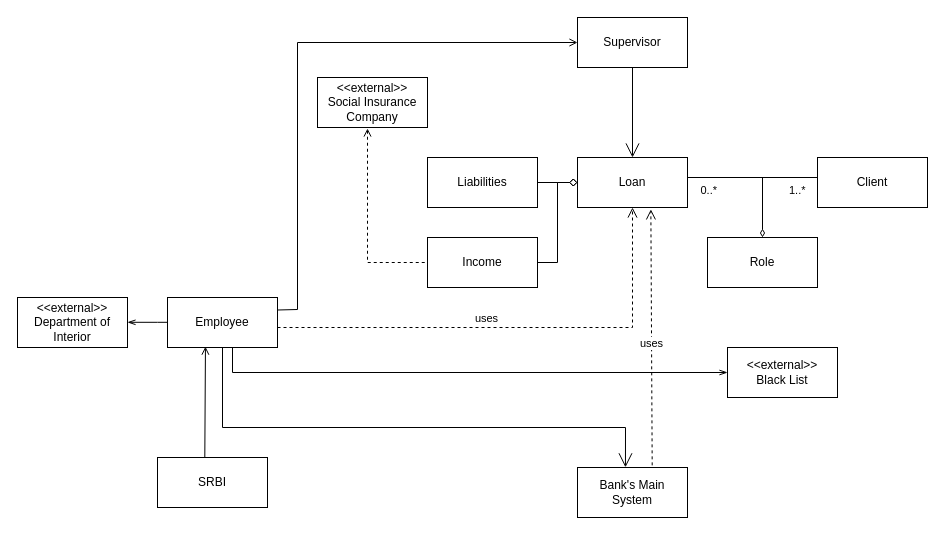
matuskova/vyvoj_velkych_softverovych_aplikacii keeps this draw.io diagram as page "cv1_uml" (1 of 3) of uml.drawio. Above is the earlier version. Source tidied: cells renumbered, new cells numbered last; positions are measured from the earlier drawing's top-left corner, leaving out a move shared by most shapes. Both pictures are drawn from the tidied source at 100%, with x=0, y=0 at pixel (17, 17).
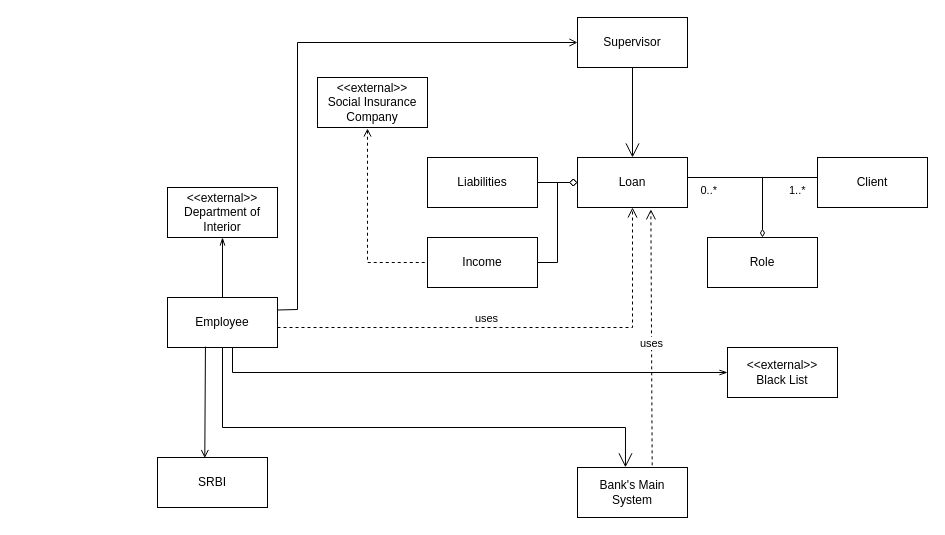
After the change.

Unchanged cells that the change refers to:
```xml
<mxCell id="6" value="Employee" style="html=1;whiteSpace=wrap;" parent="1" vertex="1">
  <mxGeometry x="150" y="280" width="110" height="50" as="geometry" />
</mxCell>
<mxCell id="15" value="SRBI" style="html=1;whiteSpace=wrap;" parent="1" vertex="1">
  <mxGeometry x="140" y="440" width="110" height="50" as="geometry" />
</mxCell>
```

Change to the diagram source:
```diff
@@
-    <mxCell id="4" style="edgeStyle=orthogonalEdgeStyle;rounded=0;orthogonalLoop=1;jettySize=auto;html=1;entryX=1;entryY=0.5;entryDx=0;entryDy=0;fillColor=none;endArrow=openThin;endFill=0;" parent="1" edge="1">
-      <mxGeometry relative="1" as="geometry">
-        <mxPoint x="150" y="304.8" as="sourcePoint" />
-        <mxPoint x="110" y="304.8" as="targetPoint" />
-        <Array as="points">
-          <mxPoint x="140" y="304.8" />
-          <mxPoint x="140" y="304.8" />
-        </Array>
-      </mxGeometry>
+    <mxCell id="4" style="edgeStyle=orthogonalEdgeStyle;rounded=0;jettySize=auto;html=1;entryX=0.5;entryY=1;entryDx=0;entryDy=0;fillColor=none;endArrow=openThin;endFill=0;exitX=0.5;exitY=0;exitDx=0;exitDy=0;" parent="1" edge="1" source="6" target="7">
+      <mxGeometry relative="1" as="geometry" />
     </mxCell>
@@
     <mxCell id="7" value="&lt;div&gt;&amp;lt;&amp;lt;external&amp;gt;&amp;gt;&lt;/div&gt;Department of Interior" style="html=1;whiteSpace=wrap;" parent="1" vertex="1">
-      <mxGeometry y="280" width="110" height="50" as="geometry" />
+      <mxGeometry x="150" y="170" width="110" height="50" as="geometry" />
     </mxCell>
@@
-    <mxCell id="24" style="endArrow=open;endFill=1;endSize=6;html=1;rounded=0;exitX=0.43;exitY=0.01;exitDx=0;exitDy=0;exitPerimeter=0;entryX=0.345;entryY=0.983;entryDx=0;entryDy=0;entryPerimeter=0;" parent="1" edge="1" source="15" target="6">
+    <mxCell id="24" style="endArrow=none;endFill=0;endSize=6;html=1;rounded=0;exitX=0.43;exitY=0.01;exitDx=0;exitDy=0;exitPerimeter=0;entryX=0.345;entryY=0.983;entryDx=0;entryDy=0;entryPerimeter=0;startArrow=open;startFill=0;" parent="1" edge="1" source="15" target="6">
       <mxGeometry relative="1" as="geometry" />
     </mxCell>
```
